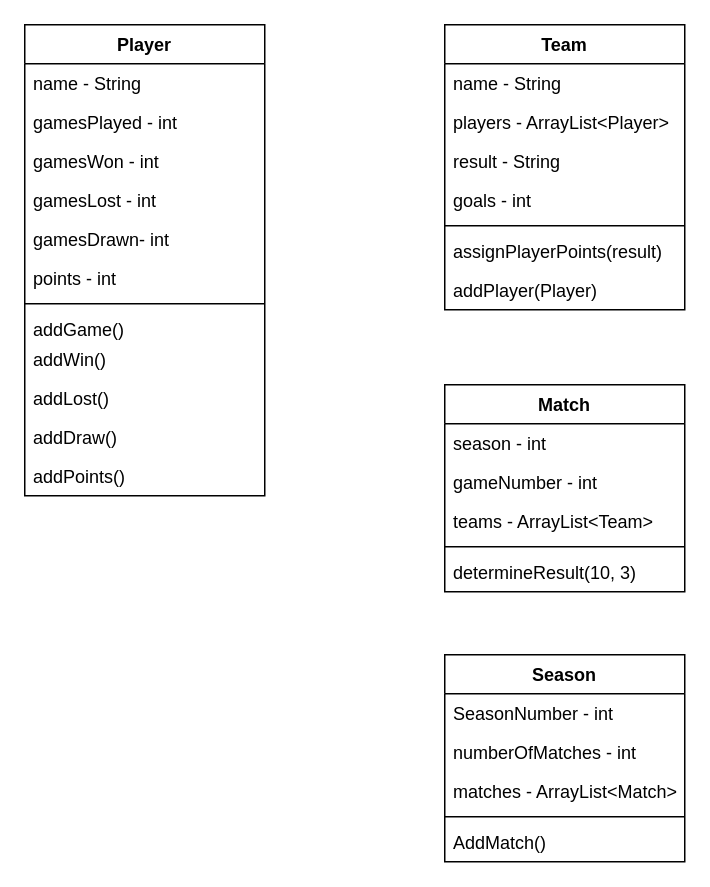
The draw.io diagram class_diagrams.drawio in Simon2591990/Leaderboard-app, before the edit. Source tidied: cells renumbered, new cells numbered last; positions are measured from the earlier drawing's top-left corner, leaving out a move shared by most shapes. Both pictures are drawn from the tidied source at 150%, with x=0, y=0 at pixel (24, 24).
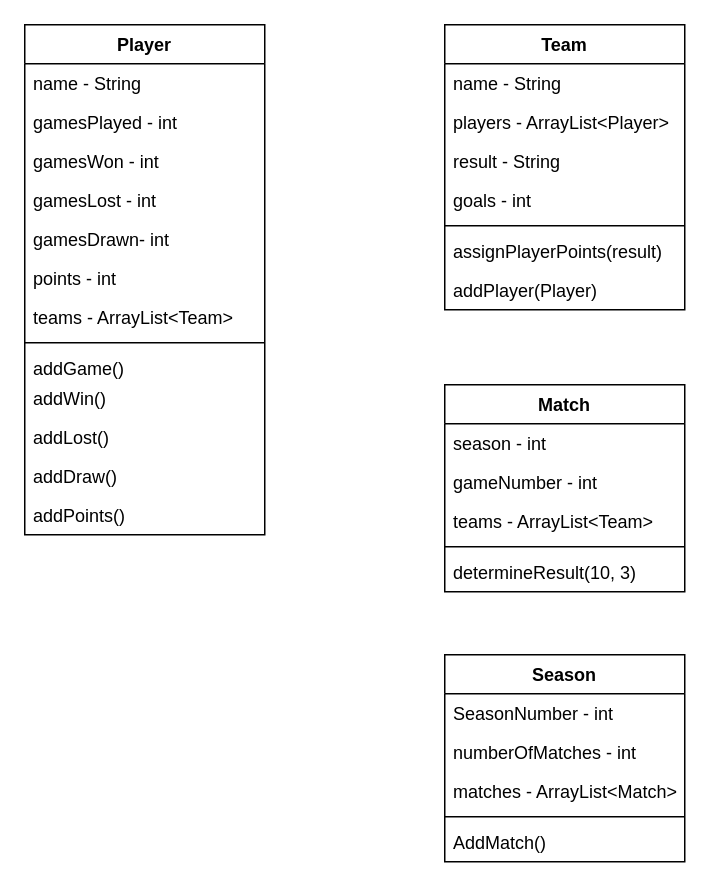
The same diagram, later.

What changed in the source:
```diff
@@
     <mxCell id="2" value="Player" style="swimlane;fontStyle=1;align=center;verticalAlign=top;horizontal=1;startSize=26;" parent="1" vertex="1">
-      <mxGeometry width="160" height="314" as="geometry" />
+      <mxGeometry width="160" height="340" as="geometry" />
     </mxCell>
@@
+    <mxCell id="35" value="teams - ArrayList&lt;Team&gt;" style="text;strokeColor=none;fillColor=none;align=left;verticalAlign=top;spacingLeft=4;spacingRight=4;overflow=hidden;" parent="2" vertex="1">
+      <mxGeometry y="182" width="160" height="26" as="geometry" />
+    </mxCell>
     <mxCell id="9" style="line;strokeWidth=1;fillColor=none;align=left;verticalAlign=middle;spacingTop=-1;spacingLeft=3;spacingRight=3;labelPosition=right;" parent="2" vertex="1">
-      <mxGeometry y="182" width="160" height="8" as="geometry" />
+      <mxGeometry y="208" width="160" height="8" as="geometry" />
     </mxCell>
     <mxCell id="10" value="addGame()" style="text;strokeColor=none;fillColor=none;align=left;verticalAlign=top;spacingLeft=4;spacingRight=4;overflow=hidden;" parent="2" vertex="1">
-      <mxGeometry y="190" width="160" height="20" as="geometry" />
+      <mxGeometry y="216" width="160" height="20" as="geometry" />
     </mxCell>
     <mxCell id="11" value="addWin()" style="text;strokeColor=none;fillColor=none;align=left;verticalAlign=top;spacingLeft=4;spacingRight=4;overflow=hidden;" parent="2" vertex="1">
-      <mxGeometry y="210" width="160" height="26" as="geometry" />
+      <mxGeometry y="236" width="160" height="26" as="geometry" />
     </mxCell>
     <mxCell id="12" value="addLost()" style="text;strokeColor=none;fillColor=none;align=left;verticalAlign=top;spacingLeft=4;spacingRight=4;overflow=hidden;" parent="2" vertex="1">
-      <mxGeometry y="236" width="160" height="26" as="geometry" />
+      <mxGeometry y="262" width="160" height="26" as="geometry" />
     </mxCell>
     <mxCell id="13" value="addDraw()" style="text;strokeColor=none;fillColor=none;align=left;verticalAlign=top;spacingLeft=4;spacingRight=4;overflow=hidden;" parent="2" vertex="1">
-      <mxGeometry y="262" width="160" height="26" as="geometry" />
+      <mxGeometry y="288" width="160" height="26" as="geometry" />
     </mxCell>
     <mxCell id="14" value="addPoints()" style="text;strokeColor=none;fillColor=none;align=left;verticalAlign=top;spacingLeft=4;spacingRight=4;overflow=hidden;" parent="2" vertex="1">
-      <mxGeometry y="288" width="160" height="26" as="geometry" />
+      <mxGeometry y="314" width="160" height="26" as="geometry" />
     </mxCell>
```
